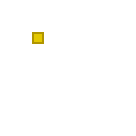
Earlier version of the draw.io diagram swarmSimulation/swarm.drawio (lesunb/HMRSsim). Source tidied: cells renumbered, new cells numbered last; positions are measured from the earlier drawing's top-left corner, leaving out a move shared by most shapes. Both pictures are drawn from the tidied source at 200%, with x=0, y=0 at pixel (32, 32).
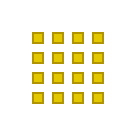
Above is the later version.

What changed in the source:
```diff
@@
 <mxGraphModel>
   <root>
     <mxCell id="0" />
     <mxCell id="1" parent="0" />
     <mxCell id="2" style="rounded=0;whiteSpace=wrap;html=1;fillColor=#e3c800;strokeColor=#B09500;fontColor=#ffffff;" parent="1" vertex="1">
       <mxGeometry width="5" height="5" as="geometry" />
     </mxCell>
+    <mxCell id="3" style="rounded=0;whiteSpace=wrap;html=1;fillColor=#e3c800;strokeColor=#B09500;fontColor=#ffffff;" parent="1" vertex="1">
+      <mxGeometry x="10" width="5" height="5" as="geometry" />
+    </mxCell>
+    <mxCell id="4" style="rounded=0;whiteSpace=wrap;html=1;fillColor=#e3c800;strokeColor=#B09500;fontColor=#ffffff;" parent="1" vertex="1">
+      <mxGeometry x="20" width="5" height="5" as="geometry" />
+    </mxCell>
+    <mxCell id="5" style="rounded=0;whiteSpace=wrap;html=1;fillColor=#e3c800;strokeColor=#B09500;fontColor=#ffffff;" parent="1" vertex="1">
+      <mxGeometry x="30" width="5" height="5" as="geometry" />
+    </mxCell>
+    <mxCell id="6" style="rounded=0;whiteSpace=wrap;html=1;fillColor=#e3c800;strokeColor=#B09500;fontColor=#ffffff;" parent="1" vertex="1">
+      <mxGeometry y="10" width="5" height="5" as="geometry" />
+    </mxCell>
+    <mxCell id="7" style="rounded=0;whiteSpace=wrap;html=1;fillColor=#e3c800;strokeColor=#B09500;fontColor=#ffffff;" parent="1" vertex="1">
+      <mxGeometry x="10" y="10" width="5" height="5" as="geometry" />
+    </mxCell>
+    <mxCell id="8" style="rounded=0;whiteSpace=wrap;html=1;fillColor=#e3c800;strokeColor=#B09500;fontColor=#ffffff;" parent="1" vertex="1">
+      <mxGeometry x="20" y="10" width="5" height="5" as="geometry" />
+    </mxCell>
+    <mxCell id="9" style="rounded=0;whiteSpace=wrap;html=1;fillColor=#e3c800;strokeColor=#B09500;fontColor=#ffffff;" parent="1" vertex="1">
+      <mxGeometry x="30" y="10" width="5" height="5" as="geometry" />
+    </mxCell>
+    <mxCell id="10" style="rounded=0;whiteSpace=wrap;html=1;fillColor=#e3c800;strokeColor=#B09500;fontColor=#ffffff;" parent="1" vertex="1">
+      <mxGeometry y="20" width="5" height="5" as="geometry" />
+    </mxCell>
+    <mxCell id="11" style="rounded=0;whiteSpace=wrap;html=1;fillColor=#e3c800;strokeColor=#B09500;fontColor=#ffffff;" parent="1" vertex="1">
+      <mxGeometry x="10" y="20" width="5" height="5" as="geometry" />
+    </mxCell>
+    <mxCell id="12" style="rounded=0;whiteSpace=wrap;html=1;fillColor=#e3c800;strokeColor=#B09500;fontColor=#ffffff;" parent="1" vertex="1">
+      <mxGeometry x="20" y="20" width="5" height="5" as="geometry" />
+    </mxCell>
+    <mxCell id="13" style="rounded=0;whiteSpace=wrap;html=1;fillColor=#e3c800;strokeColor=#B09500;fontColor=#ffffff;" parent="1" vertex="1">
+      <mxGeometry x="30" y="20" width="5" height="5" as="geometry" />
+    </mxCell>
+    <mxCell id="14" style="rounded=0;whiteSpace=wrap;html=1;fillColor=#e3c800;strokeColor=#B09500;fontColor=#ffffff;" parent="1" vertex="1">
+      <mxGeometry y="30" width="5" height="5" as="geometry" />
+    </mxCell>
+    <mxCell id="15" style="rounded=0;whiteSpace=wrap;html=1;fillColor=#e3c800;strokeColor=#B09500;fontColor=#ffffff;" parent="1" vertex="1">
+      <mxGeometry x="10" y="30" width="5" height="5" as="geometry" />
+    </mxCell>
+    <mxCell id="16" style="rounded=0;whiteSpace=wrap;html=1;fillColor=#e3c800;strokeColor=#B09500;fontColor=#ffffff;" parent="1" vertex="1">
+      <mxGeometry x="20" y="30" width="5" height="5" as="geometry" />
+    </mxCell>
+    <mxCell id="17" style="rounded=0;whiteSpace=wrap;html=1;fillColor=#e3c800;strokeColor=#B09500;fontColor=#ffffff;" parent="1" vertex="1">
+      <mxGeometry x="30" y="30" width="5" height="5" as="geometry" />
+    </mxCell>
   </root>
 </mxGraphModel>
```
